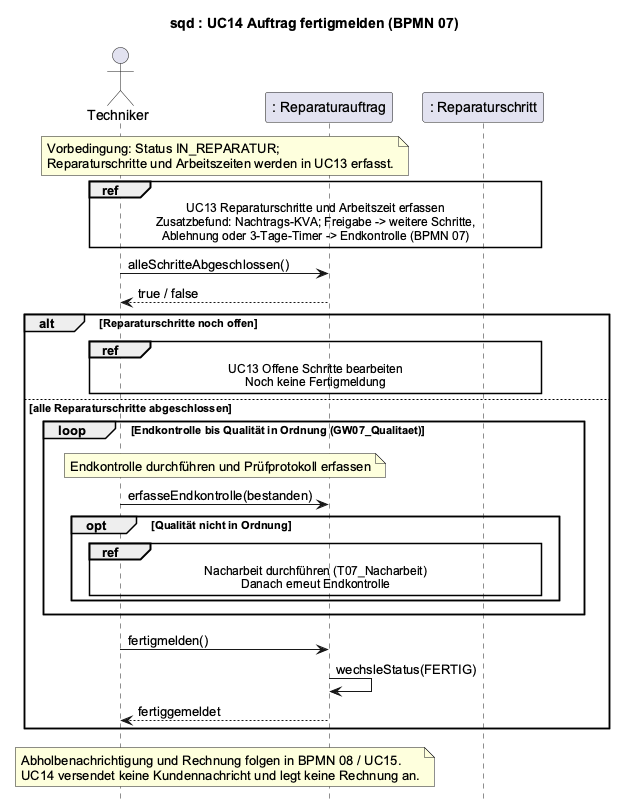
Earlier version of the PlantUML export uml/sequenz-04-fertigmeldung.png (jakobschwan123-cmd/casestudy-semester-3). Its diagram source:
```plantuml
@startuml
title sqd : UC14 Auftrag fertigmelden (BPMN 07)
skinparam defaultFontName Arial
skinparam sequenceMessageAlign left
skinparam maxMessageSize 160
hide footbox

actor Techniker
participant ": Reparaturauftrag" as RA
participant ": Reparaturschritt" as RS

note over Techniker, RA : Vorbedingung: Status IN_REPARATUR;\nReparaturschritte und Arbeitszeiten werden in UC13 erfasst.
ref over Techniker, RA, RS : UC13 Reparaturschritte und Arbeitszeit erfassen\nZusatzbefund: Nachtrags-KVA; Freigabe -> weitere Schritte,\nAblehnung oder 3-Tage-Timer -> Endkontrolle (BPMN 07)
Techniker -> RA : alleSchritteAbgeschlossen()
RA --> Techniker : true / false
alt Reparaturschritte noch offen
    ref over Techniker, RA, RS : UC13 Offene Schritte bearbeiten\nNoch keine Fertigmeldung
else alle Reparaturschritte abgeschlossen
    loop Endkontrolle bis Qualität in Ordnung (GW07_Qualitaet)
        note over Techniker, RA : Endkontrolle durchführen und Prüfprotokoll erfassen
        Techniker -> RA : erfasseEndkontrolle(bestanden)
        opt Qualität nicht in Ordnung
            ref over Techniker, RA, RS : Nacharbeit durchführen (T07_Nacharbeit)\nDanach erneut Endkontrolle
        end
    end
    Techniker -> RA : fertigmelden()
    RA -> RA : wechsleStatus(FERTIG)
    RA --> Techniker : fertiggemeldet
end
note over Techniker, RA : Abholbenachrichtigung und Rechnung folgen in BPMN 08 / UC15.\nUC14 versendet keine Kundennachricht und legt keine Rechnung an.
@enduml
```
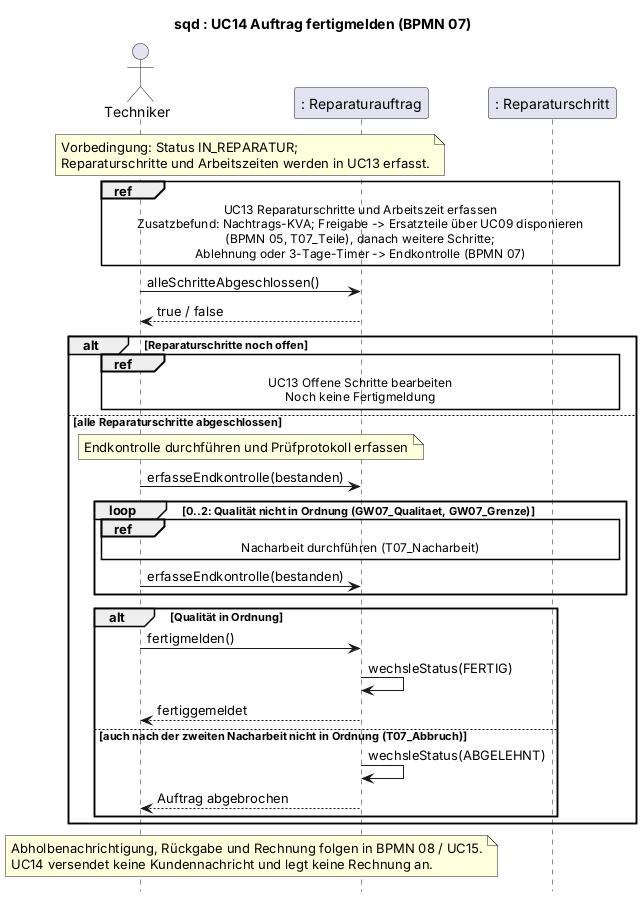
Later version of the same file.

Diff of the diagram source:
```diff
@@ -10,22 +10,26 @@
 participant ": Reparaturschritt" as RS
 
 note over Techniker, RA : Vorbedingung: Status IN_REPARATUR;\nReparaturschritte und Arbeitszeiten werden in UC13 erfasst.
-ref over Techniker, RA, RS : UC13 Reparaturschritte und Arbeitszeit erfassen\nZusatzbefund: Nachtrags-KVA; Freigabe -> weitere Schritte,\nAblehnung oder 3-Tage-Timer -> Endkontrolle (BPMN 07)
+ref over Techniker, RA, RS : UC13 Reparaturschritte und Arbeitszeit erfassen\nZusatzbefund: Nachtrags-KVA; Freigabe -> Ersatzteile über UC09 disponieren\n(BPMN 05, T07_Teile), danach weitere Schritte;\nAblehnung oder 3-Tage-Timer -> Endkontrolle (BPMN 07)
 Techniker -> RA : alleSchritteAbgeschlossen()
 RA --> Techniker : true / false
 alt Reparaturschritte noch offen
     ref over Techniker, RA, RS : UC13 Offene Schritte bearbeiten\nNoch keine Fertigmeldung
 else alle Reparaturschritte abgeschlossen
-    loop Endkontrolle bis Qualität in Ordnung (GW07_Qualitaet)
-        note over Techniker, RA : Endkontrolle durchführen und Prüfprotokoll erfassen
+    note over Techniker, RA : Endkontrolle durchführen und Prüfprotokoll erfassen
+    Techniker -> RA : erfasseEndkontrolle(bestanden)
+    loop 0..2: Qualität nicht in Ordnung (GW07_Qualitaet, GW07_Grenze)
+        ref over Techniker, RA, RS : Nacharbeit durchführen (T07_Nacharbeit)
         Techniker -> RA : erfasseEndkontrolle(bestanden)
-        opt Qualität nicht in Ordnung
-            ref over Techniker, RA, RS : Nacharbeit durchführen (T07_Nacharbeit)\nDanach erneut Endkontrolle
-        end
     end
-    Techniker -> RA : fertigmelden()
-    RA -> RA : wechsleStatus(FERTIG)
-    RA --> Techniker : fertiggemeldet
+    alt Qualität in Ordnung
+        Techniker -> RA : fertigmelden()
+        RA -> RA : wechsleStatus(FERTIG)
+        RA --> Techniker : fertiggemeldet
+    else auch nach der zweiten Nacharbeit nicht in Ordnung (T07_Abbruch)
+        RA -> RA : wechsleStatus(ABGELEHNT)
+        RA --> Techniker : Auftrag abgebrochen
+    end
 end
-note over Techniker, RA : Abholbenachrichtigung und Rechnung folgen in BPMN 08 / UC15.\nUC14 versendet keine Kundennachricht und legt keine Rechnung an.
+note over Techniker, RA : Abholbenachrichtigung, Rückgabe und Rechnung folgen in BPMN 08 / UC15.\nUC14 versendet keine Kundennachricht und legt keine Rechnung an.
 @enduml
```
